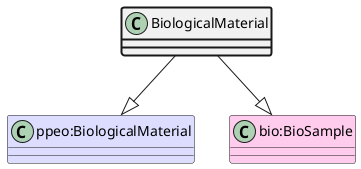
This is ttl_uml/ttl_appn_BiologicalMaterial.png from aus-plant-phenomics-network/appn-schema, a PlantUML export, as it was before one commit.
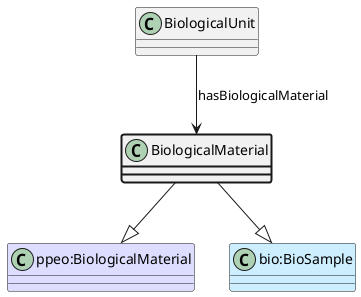
Later version of the same file.

What changed in the source:
```diff
@@ -2,6 +2,8 @@
 class BiologicalMaterial  #line.bold
 class "ppeo:BiologicalMaterial" #DDDDFF
 BiologicalMaterial --|> "ppeo:BiologicalMaterial"
-class "bio:BioSample" #FFCCEE
+class "bio:BioSample" #CCEEFF
 BiologicalMaterial --|> "bio:BioSample"
+class BiologicalUnit
+BiologicalUnit --> BiologicalMaterial : hasBiologicalMaterial
 @enduml
```
